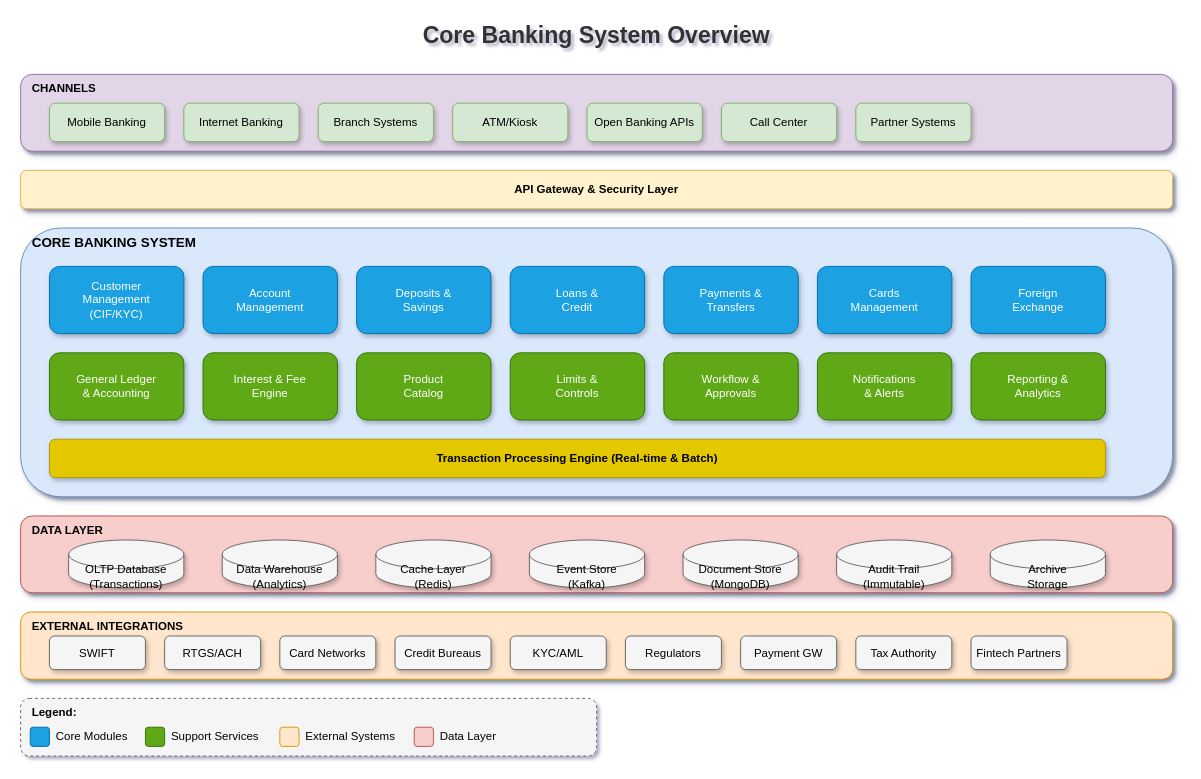
Earlier version of the draw.io diagram lesson-01-introduction-to-core-banking/01.0-core-banking-overview.drawio (MrParkerZ7/document-lesson-core-banking-business-system-technology-x-claude). Source tidied: cells renumbered, new cells numbered last; positions are measured from the earlier drawing's top-left corner, leaving out a move shared by most shapes. Both pictures are drawn from the tidied source at 96%, with x=0, y=0 at pixel (20, 16).
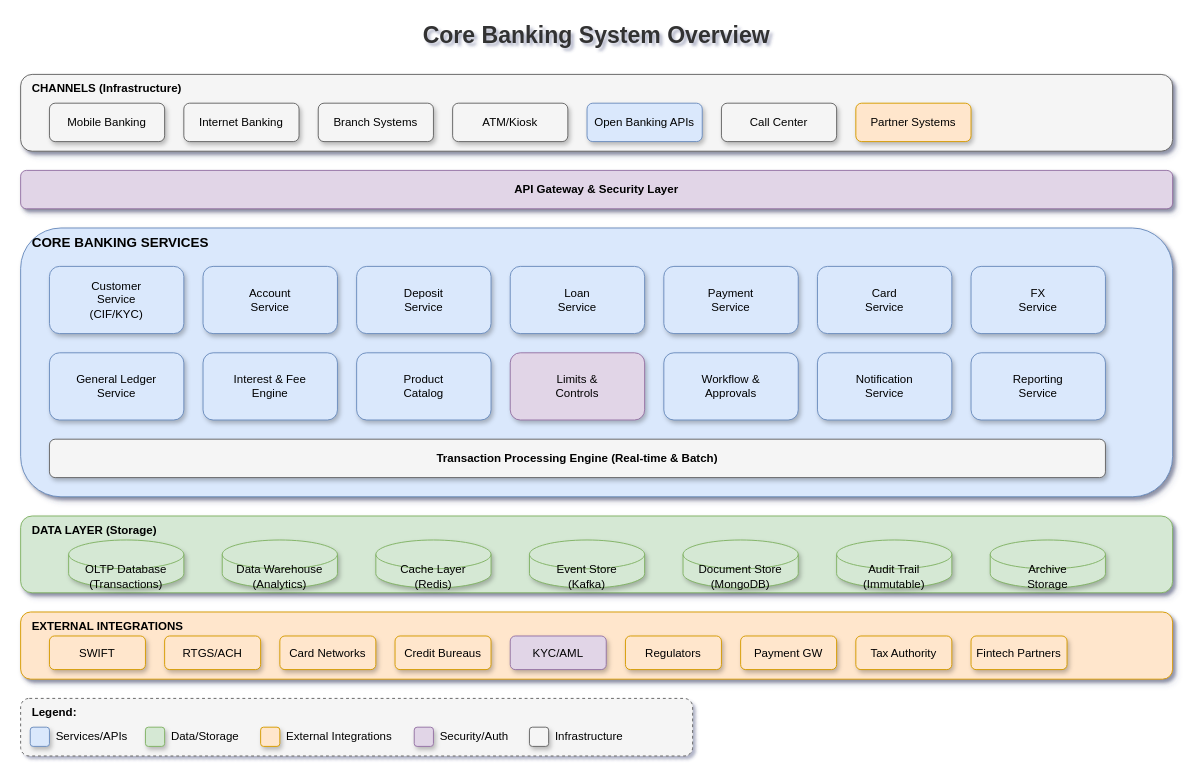
Above is the later version.

The edit, as a diff of the source:
```diff
@@
-    <mxCell id="3" style="rounded=1;whiteSpace=wrap;html=1;fillColor=#e1d5e7;strokeColor=#9673a6;shadow=1;" parent="1" vertex="1">
+    <mxCell id="3" style="rounded=1;whiteSpace=wrap;html=1;fillColor=#f5f5f5;strokeColor=#666666;shadow=1;" parent="1" vertex="1">
       <mxGeometry y="60" width="1200" height="80" as="geometry" />
     </mxCell>
-    <mxCell id="4" value="CHANNELS" style="text;html=1;strokeColor=none;fillColor=none;align=left;verticalAlign=middle;fontStyle=1;fontSize=12;" parent="1" vertex="1">
-      <mxGeometry x="10" y="65" width="100" height="20" as="geometry" />
+    <mxCell id="4" value="CHANNELS (Infrastructure)" style="text;html=1;strokeColor=none;fillColor=none;align=left;verticalAlign=middle;fontStyle=1;fontSize=12;" parent="1" vertex="1">
+      <mxGeometry x="10" y="65" width="200" height="20" as="geometry" />
     </mxCell>
-    <mxCell id="5" value="Mobile Banking" style="rounded=1;whiteSpace=wrap;html=1;fillColor=#d5e8d4;strokeColor=#82b366;shadow=1;" parent="1" vertex="1">
+    <mxCell id="5" value="Mobile Banking" style="rounded=1;whiteSpace=wrap;html=1;fillColor=#f5f5f5;strokeColor=#666666;shadow=1;" parent="1" vertex="1">
       <mxGeometry x="30" y="90" width="120" height="40" as="geometry" />
     </mxCell>
-    <mxCell id="6" value="Internet Banking" style="rounded=1;whiteSpace=wrap;html=1;fillColor=#d5e8d4;strokeColor=#82b366;shadow=1;" parent="1" vertex="1">
+    <mxCell id="6" value="Internet Banking" style="rounded=1;whiteSpace=wrap;html=1;fillColor=#f5f5f5;strokeColor=#666666;shadow=1;" parent="1" vertex="1">
       <mxGeometry x="170" y="90" width="120" height="40" as="geometry" />
     </mxCell>
-    <mxCell id="7" value="Branch Systems" style="rounded=1;whiteSpace=wrap;html=1;fillColor=#d5e8d4;strokeColor=#82b366;shadow=1;" parent="1" vertex="1">
+    <mxCell id="7" value="Branch Systems" style="rounded=1;whiteSpace=wrap;html=1;fillColor=#f5f5f5;strokeColor=#666666;shadow=1;" parent="1" vertex="1">
       <mxGeometry x="310" y="90" width="120" height="40" as="geometry" />
     </mxCell>
-    <mxCell id="8" value="ATM/Kiosk" style="rounded=1;whiteSpace=wrap;html=1;fillColor=#d5e8d4;strokeColor=#82b366;shadow=1;" parent="1" vertex="1">
+    <mxCell id="8" value="ATM/Kiosk" style="rounded=1;whiteSpace=wrap;html=1;fillColor=#f5f5f5;strokeColor=#666666;shadow=1;" parent="1" vertex="1">
       <mxGeometry x="450" y="90" width="120" height="40" as="geometry" />
     </mxCell>
-    <mxCell id="9" value="Open Banking APIs" style="rounded=1;whiteSpace=wrap;html=1;fillColor=#d5e8d4;strokeColor=#82b366;shadow=1;" parent="1" vertex="1">
+    <mxCell id="9" value="Open Banking APIs" style="rounded=1;whiteSpace=wrap;html=1;fillColor=#dae8fc;strokeColor=#6c8ebf;shadow=1;" parent="1" vertex="1">
       <mxGeometry x="590" y="90" width="120" height="40" as="geometry" />
     </mxCell>
-    <mxCell id="10" value="Call Center" style="rounded=1;whiteSpace=wrap;html=1;fillColor=#d5e8d4;strokeColor=#82b366;shadow=1;" parent="1" vertex="1">
+    <mxCell id="10" value="Call Center" style="rounded=1;whiteSpace=wrap;html=1;fillColor=#f5f5f5;strokeColor=#666666;shadow=1;" parent="1" vertex="1">
       <mxGeometry x="730" y="90" width="120" height="40" as="geometry" />
     </mxCell>
-    <mxCell id="11" value="Partner Systems" style="rounded=1;whiteSpace=wrap;html=1;fillColor=#d5e8d4;strokeColor=#82b366;shadow=1;" parent="1" vertex="1">
+    <mxCell id="11" value="Partner Systems" style="rounded=1;whiteSpace=wrap;html=1;fillColor=#ffe6cc;strokeColor=#d79b00;shadow=1;" parent="1" vertex="1">
       <mxGeometry x="870" y="90" width="120" height="40" as="geometry" />
     </mxCell>
-    <mxCell id="12" value="API Gateway &amp; Security Layer" style="rounded=1;whiteSpace=wrap;html=1;fillColor=#fff2cc;strokeColor=#d6b656;shadow=1;fontStyle=1;" parent="1" vertex="1">
+    <mxCell id="12" value="API Gateway &amp; Security Layer" style="rounded=1;whiteSpace=wrap;html=1;fillColor=#e1d5e7;strokeColor=#9673a6;shadow=1;fontStyle=1;" parent="1" vertex="1">
       <mxGeometry y="160" width="1200" height="40" as="geometry" />
     </mxCell>
@@
-    <mxCell id="14" value="CORE BANKING SYSTEM" style="text;html=1;strokeColor=none;fillColor=none;align=left;verticalAlign=middle;fontStyle=1;fontSize=14;" parent="1" vertex="1">
+    <mxCell id="14" value="CORE BANKING SERVICES" style="text;html=1;strokeColor=none;fillColor=none;align=left;verticalAlign=middle;fontStyle=1;fontSize=14;" parent="1" vertex="1">
       <mxGeometry x="10" y="225" width="250" height="20" as="geometry" />
     </mxCell>
-    <mxCell id="15" value="Customer&#10;Management&#10;(CIF/KYC)" style="rounded=1;whiteSpace=wrap;html=1;fillColor=#1ba1e2;strokeColor=#006EAF;fontColor=#ffffff;shadow=1;" parent="1" vertex="1">
+    <mxCell id="15" value="Customer&#10;Service&#10;(CIF/KYC)" style="rounded=1;whiteSpace=wrap;html=1;fillColor=#dae8fc;strokeColor=#6c8ebf;shadow=1;" parent="1" vertex="1">
       <mxGeometry x="30" y="260" width="140" height="70" as="geometry" />
     </mxCell>
-    <mxCell id="16" value="Account&#10;Management" style="rounded=1;whiteSpace=wrap;html=1;fillColor=#1ba1e2;strokeColor=#006EAF;fontColor=#ffffff;shadow=1;" parent="1" vertex="1">
+    <mxCell id="16" value="Account&#10;Service" style="rounded=1;whiteSpace=wrap;html=1;fillColor=#dae8fc;strokeColor=#6c8ebf;shadow=1;" parent="1" vertex="1">
       <mxGeometry x="190" y="260" width="140" height="70" as="geometry" />
     </mxCell>
-    <mxCell id="17" value="Deposits &amp;&#10;Savings" style="rounded=1;whiteSpace=wrap;html=1;fillColor=#1ba1e2;strokeColor=#006EAF;fontColor=#ffffff;shadow=1;" parent="1" vertex="1">
+    <mxCell id="17" value="Deposit&#10;Service" style="rounded=1;whiteSpace=wrap;html=1;fillColor=#dae8fc;strokeColor=#6c8ebf;shadow=1;" parent="1" vertex="1">
       <mxGeometry x="350" y="260" width="140" height="70" as="geometry" />
     </mxCell>
-    <mxCell id="18" value="Loans &amp;&#10;Credit" style="rounded=1;whiteSpace=wrap;html=1;fillColor=#1ba1e2;strokeColor=#006EAF;fontColor=#ffffff;shadow=1;" parent="1" vertex="1">
+    <mxCell id="18" value="Loan&#10;Service" style="rounded=1;whiteSpace=wrap;html=1;fillColor=#dae8fc;strokeColor=#6c8ebf;shadow=1;" parent="1" vertex="1">
       <mxGeometry x="510" y="260" width="140" height="70" as="geometry" />
     </mxCell>
-    <mxCell id="19" value="Payments &amp;&#10;Transfers" style="rounded=1;whiteSpace=wrap;html=1;fillColor=#1ba1e2;strokeColor=#006EAF;fontColor=#ffffff;shadow=1;" parent="1" vertex="1">
+    <mxCell id="19" value="Payment&#10;Service" style="rounded=1;whiteSpace=wrap;html=1;fillColor=#dae8fc;strokeColor=#6c8ebf;shadow=1;" parent="1" vertex="1">
       <mxGeometry x="670" y="260" width="140" height="70" as="geometry" />
     </mxCell>
-    <mxCell id="20" value="Cards&#10;Management" style="rounded=1;whiteSpace=wrap;html=1;fillColor=#1ba1e2;strokeColor=#006EAF;fontColor=#ffffff;shadow=1;" parent="1" vertex="1">
+    <mxCell id="20" value="Card&#10;Service" style="rounded=1;whiteSpace=wrap;html=1;fillColor=#dae8fc;strokeColor=#6c8ebf;shadow=1;" parent="1" vertex="1">
       <mxGeometry x="830" y="260" width="140" height="70" as="geometry" />
     </mxCell>
-    <mxCell id="21" value="Foreign&#10;Exchange" style="rounded=1;whiteSpace=wrap;html=1;fillColor=#1ba1e2;strokeColor=#006EAF;fontColor=#ffffff;shadow=1;" parent="1" vertex="1">
+    <mxCell id="21" value="FX&#10;Service" style="rounded=1;whiteSpace=wrap;html=1;fillColor=#dae8fc;strokeColor=#6c8ebf;shadow=1;" parent="1" vertex="1">
       <mxGeometry x="990" y="260" width="140" height="70" as="geometry" />
     </mxCell>
-    <mxCell id="22" value="General Ledger&#10;&amp; Accounting" style="rounded=1;whiteSpace=wrap;html=1;fillColor=#60a917;strokeColor=#2D7600;fontColor=#ffffff;shadow=1;" parent="1" vertex="1">
+    <mxCell id="22" value="General Ledger&#10;Service" style="rounded=1;whiteSpace=wrap;html=1;fillColor=#dae8fc;strokeColor=#6c8ebf;shadow=1;" parent="1" vertex="1">
       <mxGeometry x="30" y="350" width="140" height="70" as="geometry" />
     </mxCell>
-    <mxCell id="23" value="Interest &amp; Fee&#10;Engine" style="rounded=1;whiteSpace=wrap;html=1;fillColor=#60a917;strokeColor=#2D7600;fontColor=#ffffff;shadow=1;" parent="1" vertex="1">
+    <mxCell id="23" value="Interest &amp; Fee&#10;Engine" style="rounded=1;whiteSpace=wrap;html=1;fillColor=#dae8fc;strokeColor=#6c8ebf;shadow=1;" parent="1" vertex="1">
       <mxGeometry x="190" y="350" width="140" height="70" as="geometry" />
     </mxCell>
-    <mxCell id="24" value="Product&#10;Catalog" style="rounded=1;whiteSpace=wrap;html=1;fillColor=#60a917;strokeColor=#2D7600;fontColor=#ffffff;shadow=1;" parent="1" vertex="1">
+    <mxCell id="24" value="Product&#10;Catalog" style="rounded=1;whiteSpace=wrap;html=1;fillColor=#dae8fc;strokeColor=#6c8ebf;shadow=1;" parent="1" vertex="1">
       <mxGeometry x="350" y="350" width="140" height="70" as="geometry" />
     </mxCell>
-    <mxCell id="25" value="Limits &amp;&#10;Controls" style="rounded=1;whiteSpace=wrap;html=1;fillColor=#60a917;strokeColor=#2D7600;fontColor=#ffffff;shadow=1;" parent="1" vertex="1">
+    <mxCell id="25" value="Limits &amp;&#10;Controls" style="rounded=1;whiteSpace=wrap;html=1;fillColor=#e1d5e7;strokeColor=#9673a6;shadow=1;" parent="1" vertex="1">
       <mxGeometry x="510" y="350" width="140" height="70" as="geometry" />
     </mxCell>
-    <mxCell id="26" value="Workflow &amp;&#10;Approvals" style="rounded=1;whiteSpace=wrap;html=1;fillColor=#60a917;strokeColor=#2D7600;fontColor=#ffffff;shadow=1;" parent="1" vertex="1">
+    <mxCell id="26" value="Workflow &amp;&#10;Approvals" style="rounded=1;whiteSpace=wrap;html=1;fillColor=#dae8fc;strokeColor=#6c8ebf;shadow=1;" parent="1" vertex="1">
       <mxGeometry x="670" y="350" width="140" height="70" as="geometry" />
     </mxCell>
-    <mxCell id="27" value="Notifications&#10;&amp; Alerts" style="rounded=1;whiteSpace=wrap;html=1;fillColor=#60a917;strokeColor=#2D7600;fontColor=#ffffff;shadow=1;" parent="1" vertex="1">
+    <mxCell id="27" value="Notification&#10;Service" style="rounded=1;whiteSpace=wrap;html=1;fillColor=#dae8fc;strokeColor=#6c8ebf;shadow=1;" parent="1" vertex="1">
       <mxGeometry x="830" y="350" width="140" height="70" as="geometry" />
     </mxCell>
-    <mxCell id="28" value="Reporting &amp;&#10;Analytics" style="rounded=1;whiteSpace=wrap;html=1;fillColor=#60a917;strokeColor=#2D7600;fontColor=#ffffff;shadow=1;" parent="1" vertex="1">
+    <mxCell id="28" value="Reporting&#10;Service" style="rounded=1;whiteSpace=wrap;html=1;fillColor=#dae8fc;strokeColor=#6c8ebf;shadow=1;" parent="1" vertex="1">
       <mxGeometry x="990" y="350" width="140" height="70" as="geometry" />
     </mxCell>
-    <mxCell id="29" value="Transaction Processing Engine (Real-time &amp; Batch)" style="rounded=1;whiteSpace=wrap;html=1;fillColor=#e3c800;strokeColor=#B09500;fontColor=#000000;shadow=1;fontStyle=1;" parent="1" vertex="1">
+    <mxCell id="29" value="Transaction Processing Engine (Real-time &amp; Batch)" style="rounded=1;whiteSpace=wrap;html=1;fillColor=#f5f5f5;strokeColor=#666666;shadow=1;fontStyle=1;" parent="1" vertex="1">
       <mxGeometry x="30" y="440" width="1100" height="40" as="geometry" />
     </mxCell>
-    <mxCell id="30" style="rounded=1;whiteSpace=wrap;html=1;fillColor=#f8cecc;strokeColor=#b85450;shadow=1;" parent="1" vertex="1">
+    <mxCell id="30" style="rounded=1;whiteSpace=wrap;html=1;fillColor=#d5e8d4;strokeColor=#82b366;shadow=1;" parent="1" vertex="1">
       <mxGeometry y="520" width="1200" height="80" as="geometry" />
     </mxCell>
-    <mxCell id="31" value="DATA LAYER" style="text;html=1;strokeColor=none;fillColor=none;align=left;verticalAlign=middle;fontStyle=1;fontSize=12;" parent="1" vertex="1">
-      <mxGeometry x="10" y="525" width="100" height="20" as="geometry" />
+    <mxCell id="31" value="DATA LAYER (Storage)" style="text;html=1;strokeColor=none;fillColor=none;align=left;verticalAlign=middle;fontStyle=1;fontSize=12;" parent="1" vertex="1">
+      <mxGeometry x="10" y="525" width="150" height="20" as="geometry" />
     </mxCell>
-    <mxCell id="32" value="OLTP Database&#10;(Transactions)" style="shape=cylinder3;whiteSpace=wrap;html=1;boundedLbl=1;backgroundOutline=1;size=15;fillColor=#f5f5f5;strokeColor=#666666;shadow=1;" parent="1" vertex="1">
+    <mxCell id="32" value="OLTP Database&#10;(Transactions)" style="shape=cylinder3;whiteSpace=wrap;html=1;boundedLbl=1;backgroundOutline=1;size=15;fillColor=#d5e8d4;strokeColor=#82b366;shadow=1;" parent="1" vertex="1">
       <mxGeometry x="50" y="545" width="120" height="50" as="geometry" />
     </mxCell>
-    <mxCell id="33" value="Data Warehouse&#10;(Analytics)" style="shape=cylinder3;whiteSpace=wrap;html=1;boundedLbl=1;backgroundOutline=1;size=15;fillColor=#f5f5f5;strokeColor=#666666;shadow=1;" parent="1" vertex="1">
+    <mxCell id="33" value="Data Warehouse&#10;(Analytics)" style="shape=cylinder3;whiteSpace=wrap;html=1;boundedLbl=1;backgroundOutline=1;size=15;fillColor=#d5e8d4;strokeColor=#82b366;shadow=1;" parent="1" vertex="1">
       <mxGeometry x="210" y="545" width="120" height="50" as="geometry" />
     </mxCell>
-    <mxCell id="34" value="Cache Layer&#10;(Redis)" style="shape=cylinder3;whiteSpace=wrap;html=1;boundedLbl=1;backgroundOutline=1;size=15;fillColor=#f5f5f5;strokeColor=#666666;shadow=1;" parent="1" vertex="1">
+    <mxCell id="34" value="Cache Layer&#10;(Redis)" style="shape=cylinder3;whiteSpace=wrap;html=1;boundedLbl=1;backgroundOutline=1;size=15;fillColor=#d5e8d4;strokeColor=#82b366;shadow=1;" parent="1" vertex="1">
       <mxGeometry x="370" y="545" width="120" height="50" as="geometry" />
     </mxCell>
-    <mxCell id="35" value="Event Store&#10;(Kafka)" style="shape=cylinder3;whiteSpace=wrap;html=1;boundedLbl=1;backgroundOutline=1;size=15;fillColor=#f5f5f5;strokeColor=#666666;shadow=1;" parent="1" vertex="1">
+    <mxCell id="35" value="Event Store&#10;(Kafka)" style="shape=cylinder3;whiteSpace=wrap;html=1;boundedLbl=1;backgroundOutline=1;size=15;fillColor=#d5e8d4;strokeColor=#82b366;shadow=1;" parent="1" vertex="1">
       <mxGeometry x="530" y="545" width="120" height="50" as="geometry" />
     </mxCell>
-    <mxCell id="36" value="Document Store&#10;(MongoDB)" style="shape=cylinder3;whiteSpace=wrap;html=1;boundedLbl=1;backgroundOutline=1;size=15;fillColor=#f5f5f5;strokeColor=#666666;shadow=1;" parent="1" vertex="1">
+    <mxCell id="36" value="Document Store&#10;(MongoDB)" style="shape=cylinder3;whiteSpace=wrap;html=1;boundedLbl=1;backgroundOutline=1;size=15;fillColor=#d5e8d4;strokeColor=#82b366;shadow=1;" parent="1" vertex="1">
       <mxGeometry x="690" y="545" width="120" height="50" as="geometry" />
     </mxCell>
-    <mxCell id="37" value="Audit Trail&#10;(Immutable)" style="shape=cylinder3;whiteSpace=wrap;html=1;boundedLbl=1;backgroundOutline=1;size=15;fillColor=#f5f5f5;strokeColor=#666666;shadow=1;" parent="1" vertex="1">
+    <mxCell id="37" value="Audit Trail&#10;(Immutable)" style="shape=cylinder3;whiteSpace=wrap;html=1;boundedLbl=1;backgroundOutline=1;size=15;fillColor=#d5e8d4;strokeColor=#82b366;shadow=1;" parent="1" vertex="1">
       <mxGeometry x="850" y="545" width="120" height="50" as="geometry" />
     </mxCell>
-    <mxCell id="38" value="Archive&#10;Storage" style="shape=cylinder3;whiteSpace=wrap;html=1;boundedLbl=1;backgroundOutline=1;size=15;fillColor=#f5f5f5;strokeColor=#666666;shadow=1;" parent="1" vertex="1">
+    <mxCell id="38" value="Archive&#10;Storage" style="shape=cylinder3;whiteSpace=wrap;html=1;boundedLbl=1;backgroundOutline=1;size=15;fillColor=#d5e8d4;strokeColor=#82b366;shadow=1;" parent="1" vertex="1">
       <mxGeometry x="1010" y="545" width="120" height="50" as="geometry" />
     </mxCell>
@@
-    <mxCell id="41" value="SWIFT" style="rounded=1;whiteSpace=wrap;html=1;fillColor=#f5f5f5;strokeColor=#666666;shadow=1;" parent="1" vertex="1">
+    <mxCell id="41" value="SWIFT" style="rounded=1;whiteSpace=wrap;html=1;fillColor=#ffe6cc;strokeColor=#d79b00;shadow=1;" parent="1" vertex="1">
       <mxGeometry x="30" y="645" width="100" height="35" as="geometry" />
     </mxCell>
-    <mxCell id="42" value="RTGS/ACH" style="rounded=1;whiteSpace=wrap;html=1;fillColor=#f5f5f5;strokeColor=#666666;shadow=1;" parent="1" vertex="1">
+    <mxCell id="42" value="RTGS/ACH" style="rounded=1;whiteSpace=wrap;html=1;fillColor=#ffe6cc;strokeColor=#d79b00;shadow=1;" parent="1" vertex="1">
       <mxGeometry x="150" y="645" width="100" height="35" as="geometry" />
     </mxCell>
-    <mxCell id="43" value="Card Networks" style="rounded=1;whiteSpace=wrap;html=1;fillColor=#f5f5f5;strokeColor=#666666;shadow=1;" parent="1" vertex="1">
+    <mxCell id="43" value="Card Networks" style="rounded=1;whiteSpace=wrap;html=1;fillColor=#ffe6cc;strokeColor=#d79b00;shadow=1;" parent="1" vertex="1">
       <mxGeometry x="270" y="645" width="100" height="35" as="geometry" />
     </mxCell>
-    <mxCell id="44" value="Credit Bureaus" style="rounded=1;whiteSpace=wrap;html=1;fillColor=#f5f5f5;strokeColor=#666666;shadow=1;" parent="1" vertex="1">
+    <mxCell id="44" value="Credit Bureaus" style="rounded=1;whiteSpace=wrap;html=1;fillColor=#ffe6cc;strokeColor=#d79b00;shadow=1;" parent="1" vertex="1">
       <mxGeometry x="390" y="645" width="100" height="35" as="geometry" />
     </mxCell>
-    <mxCell id="45" value="KYC/AML" style="rounded=1;whiteSpace=wrap;html=1;fillColor=#f5f5f5;strokeColor=#666666;shadow=1;" parent="1" vertex="1">
+    <mxCell id="45" value="KYC/AML" style="rounded=1;whiteSpace=wrap;html=1;fillColor=#e1d5e7;strokeColor=#9673a6;shadow=1;" parent="1" vertex="1">
       <mxGeometry x="510" y="645" width="100" height="35" as="geometry" />
     </mxCell>
-    <mxCell id="46" value="Regulators" style="rounded=1;whiteSpace=wrap;html=1;fillColor=#f5f5f5;strokeColor=#666666;shadow=1;" parent="1" vertex="1">
+    <mxCell id="46" value="Regulators" style="rounded=1;whiteSpace=wrap;html=1;fillColor=#ffe6cc;strokeColor=#d79b00;shadow=1;" parent="1" vertex="1">
       <mxGeometry x="630" y="645" width="100" height="35" as="geometry" />
     </mxCell>
-    <mxCell id="47" value="Payment GW" style="rounded=1;whiteSpace=wrap;html=1;fillColor=#f5f5f5;strokeColor=#666666;shadow=1;" parent="1" vertex="1">
+    <mxCell id="47" value="Payment GW" style="rounded=1;whiteSpace=wrap;html=1;fillColor=#ffe6cc;strokeColor=#d79b00;shadow=1;" parent="1" vertex="1">
       <mxGeometry x="750" y="645" width="100" height="35" as="geometry" />
     </mxCell>
-    <mxCell id="48" value="Tax Authority" style="rounded=1;whiteSpace=wrap;html=1;fillColor=#f5f5f5;strokeColor=#666666;shadow=1;" parent="1" vertex="1">
+    <mxCell id="48" value="Tax Authority" style="rounded=1;whiteSpace=wrap;html=1;fillColor=#ffe6cc;strokeColor=#d79b00;shadow=1;" parent="1" vertex="1">
       <mxGeometry x="870" y="645" width="100" height="35" as="geometry" />
     </mxCell>
-    <mxCell id="49" value="Fintech Partners" style="rounded=1;whiteSpace=wrap;html=1;fillColor=#f5f5f5;strokeColor=#666666;shadow=1;" parent="1" vertex="1">
+    <mxCell id="49" value="Fintech Partners" style="rounded=1;whiteSpace=wrap;html=1;fillColor=#ffe6cc;strokeColor=#d79b00;shadow=1;" parent="1" vertex="1">
       <mxGeometry x="990" y="645" width="100" height="35" as="geometry" />
     </mxCell>
     <mxCell id="50" style="rounded=1;whiteSpace=wrap;html=1;fillColor=#f5f5f5;strokeColor=#666666;dashed=1;" parent="1" vertex="1">
-      <mxGeometry y="710" width="600" height="60" as="geometry" />
+      <mxGeometry y="710" width="700" height="60" as="geometry" />
     </mxCell>
@@
-    <mxCell id="52" style="rounded=1;whiteSpace=wrap;html=1;fillColor=#1ba1e2;strokeColor=#006EAF;" parent="1" vertex="1">
+    <mxCell id="52" style="rounded=1;whiteSpace=wrap;html=1;fillColor=#dae8fc;strokeColor=#6c8ebf;shadow=1;" parent="1" vertex="1">
       <mxGeometry x="10" y="740" width="20" height="20" as="geometry" />
     </mxCell>
-    <mxCell id="53" value="Core Modules" style="text;html=1;strokeColor=none;fillColor=none;align=left;verticalAlign=middle;" parent="1" vertex="1">
+    <mxCell id="53" value="Services/APIs" style="text;html=1;strokeColor=none;fillColor=none;align=left;verticalAlign=middle;" parent="1" vertex="1">
       <mxGeometry x="35" y="740" width="80" height="20" as="geometry" />
     </mxCell>
-    <mxCell id="54" style="rounded=1;whiteSpace=wrap;html=1;fillColor=#60a917;strokeColor=#2D7600;" parent="1" vertex="1">
+    <mxCell id="54" style="rounded=1;whiteSpace=wrap;html=1;fillColor=#d5e8d4;strokeColor=#82b366;shadow=1;" parent="1" vertex="1">
       <mxGeometry x="130" y="740" width="20" height="20" as="geometry" />
     </mxCell>
-    <mxCell id="55" value="Support Services" style="text;html=1;strokeColor=none;fillColor=none;align=left;verticalAlign=middle;" parent="1" vertex="1">
-      <mxGeometry x="155" y="740" width="100" height="20" as="geometry" />
+    <mxCell id="55" value="Data/Storage" style="text;html=1;strokeColor=none;fillColor=none;align=left;verticalAlign=middle;" parent="1" vertex="1">
+      <mxGeometry x="155" y="740" width="80" height="20" as="geometry" />
     </mxCell>
-    <mxCell id="56" style="rounded=1;whiteSpace=wrap;html=1;fillColor=#ffe6cc;strokeColor=#d79b00;" parent="1" vertex="1">
-      <mxGeometry x="270" y="740" width="20" height="20" as="geometry" />
+    <mxCell id="56" style="rounded=1;whiteSpace=wrap;html=1;fillColor=#ffe6cc;strokeColor=#d79b00;shadow=1;" parent="1" vertex="1">
+      <mxGeometry x="250" y="740" width="20" height="20" as="geometry" />
     </mxCell>
-    <mxCell id="57" value="External Systems" style="text;html=1;strokeColor=none;fillColor=none;align=left;verticalAlign=middle;" parent="1" vertex="1">
-      <mxGeometry x="295" y="740" width="100" height="20" as="geometry" />
+    <mxCell id="57" value="External Integrations" style="text;html=1;strokeColor=none;fillColor=none;align=left;verticalAlign=middle;" parent="1" vertex="1">
+      <mxGeometry x="275" y="740" width="120" height="20" as="geometry" />
     </mxCell>
-    <mxCell id="58" style="rounded=1;whiteSpace=wrap;html=1;fillColor=#f8cecc;strokeColor=#b85450;" parent="1" vertex="1">
-      <mxGeometry x="410" y="740" width="20" height="20" as="geometry" />
-    </mxCell>
-    <mxCell id="59" value="Data Layer" style="text;html=1;strokeColor=none;fillColor=none;align=left;verticalAlign=middle;" parent="1" vertex="1">
-      <mxGeometry x="435" y="740" width="80" height="20" as="geometry" />
-    </mxCell>
+    <mxCell id="60" style="rounded=1;whiteSpace=wrap;html=1;fillColor=#e1d5e7;strokeColor=#9673a6;shadow=1;" parent="1" vertex="1">
+      <mxGeometry x="410" y="740" width="20" height="20" as="geometry" />
+    </mxCell>
+    <mxCell id="61" value="Security/Auth" style="text;html=1;strokeColor=none;fillColor=none;align=left;verticalAlign=middle;" parent="1" vertex="1">
+      <mxGeometry x="435" y="740" width="80" height="20" as="geometry" />
+    </mxCell>
+    <mxCell id="62" style="rounded=1;whiteSpace=wrap;html=1;fillColor=#f5f5f5;strokeColor=#666666;shadow=1;" parent="1" vertex="1">
+      <mxGeometry x="530" y="740" width="20" height="20" as="geometry" />
+    </mxCell>
+    <mxCell id="63" value="Infrastructure" style="text;html=1;strokeColor=none;fillColor=none;align=left;verticalAlign=middle;" parent="1" vertex="1">
+      <mxGeometry x="555" y="740" width="80" height="20" as="geometry" />
+    </mxCell>
```
